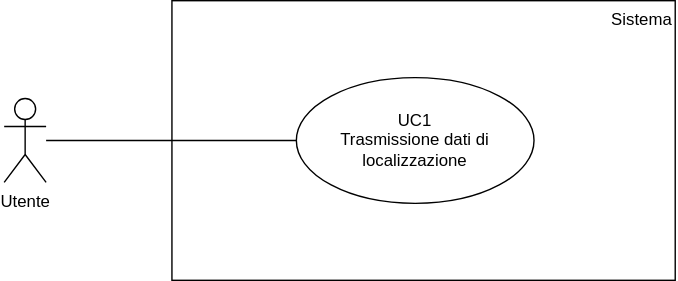
SWEatUNIPD/docs keeps this draw.io diagram as assets/use_cases/UC1.svg. Above is the earlier version. Source tidied: cells renumbered, new cells last; positions are measured from the earlier drawing's top-left corner, leaving out a move shared by most shapes.
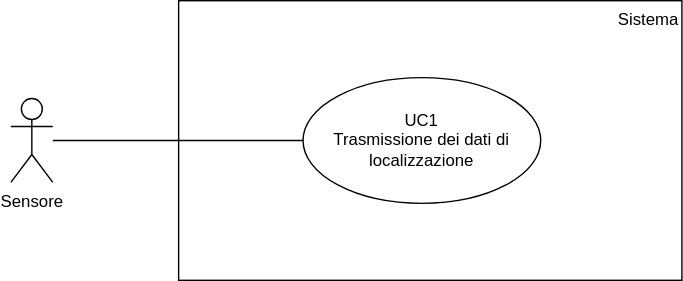
Above is the later version.

Diff of the diagram source:
```diff
@@ -8,10 +8,10 @@
     <mxCell id="3" style="edgeStyle=orthogonalEdgeStyle;rounded=0;jettySize=auto;html=1;entryX=0;entryY=0.5;entryDx=0;entryDy=0;endArrow=none;endFill=0;" parent="1" edge="1" source="4" target="5">
       <mxGeometry relative="1" as="geometry" />
     </mxCell>
-    <mxCell id="4" value="Utente" style="shape=umlActor;verticalLabelPosition=bottom;verticalAlign=top;html=1;outlineConnect=0;" parent="1" vertex="1">
+    <mxCell id="4" value="Sensore" style="shape=umlActor;verticalLabelPosition=bottom;verticalAlign=top;html=1;outlineConnect=0;" parent="1" vertex="1">
       <mxGeometry y="70" width="30" height="60" as="geometry" />
     </mxCell>
-    <mxCell id="5" value="UC1&lt;div&gt;Trasmissione dati di localizzazione&lt;/div&gt;" style="ellipse;whiteSpace=wrap;html=1;" parent="1" vertex="1">
+    <mxCell id="5" value="UC1&lt;div&gt;Trasmissione dei dati di localizzazione&lt;/div&gt;" style="ellipse;whiteSpace=wrap;html=1;" parent="1" vertex="1">
       <mxGeometry x="209" y="55" width="170" height="90" as="geometry" />
     </mxCell>
   </root>
```
